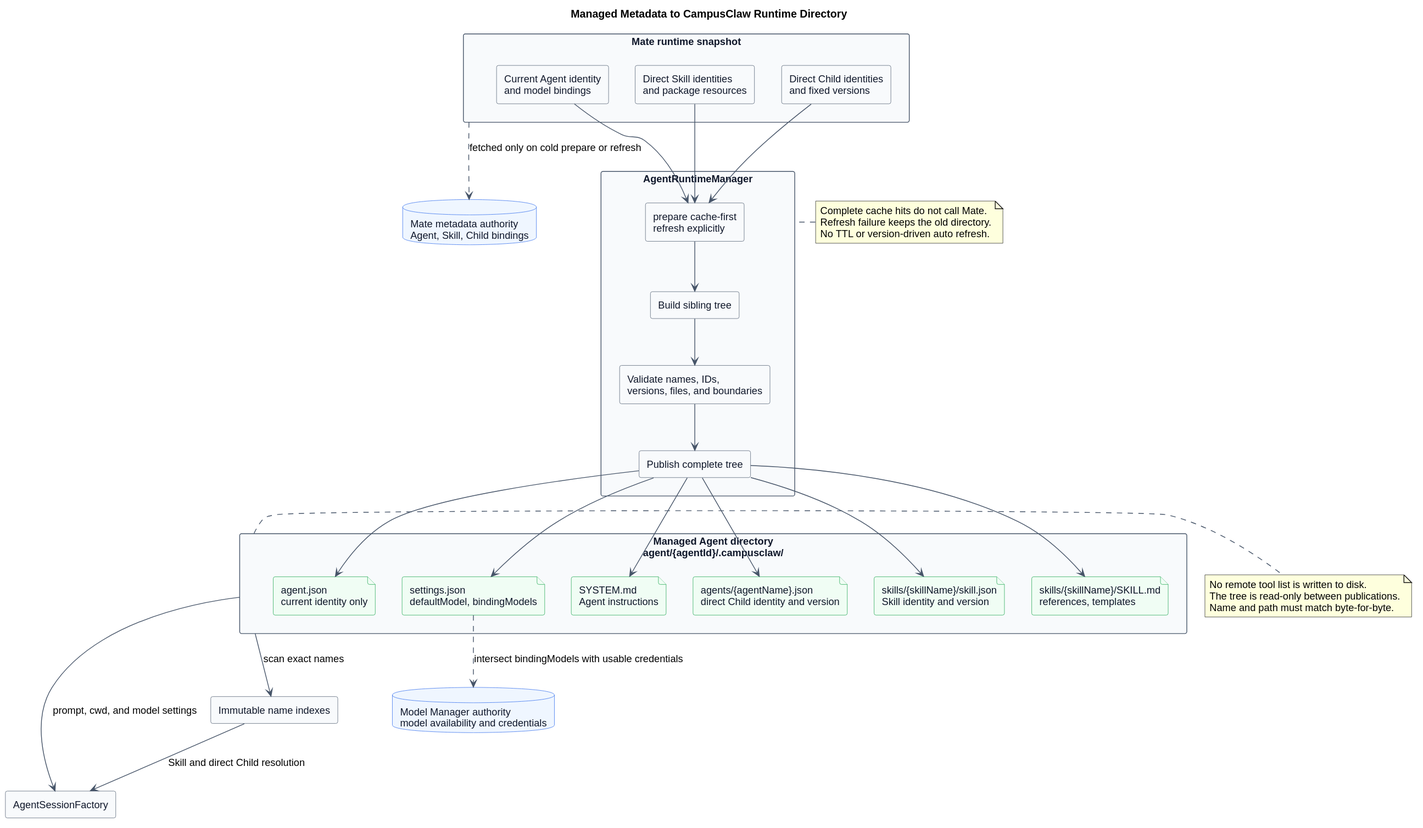
Above: pi-mono-java-manager-driven-multi-agent-runtime/diagrams/metadata/metadata_runtime_directory_mapping.svg in ssm0808/pi-mono-java-design (PlantUML), before the change.
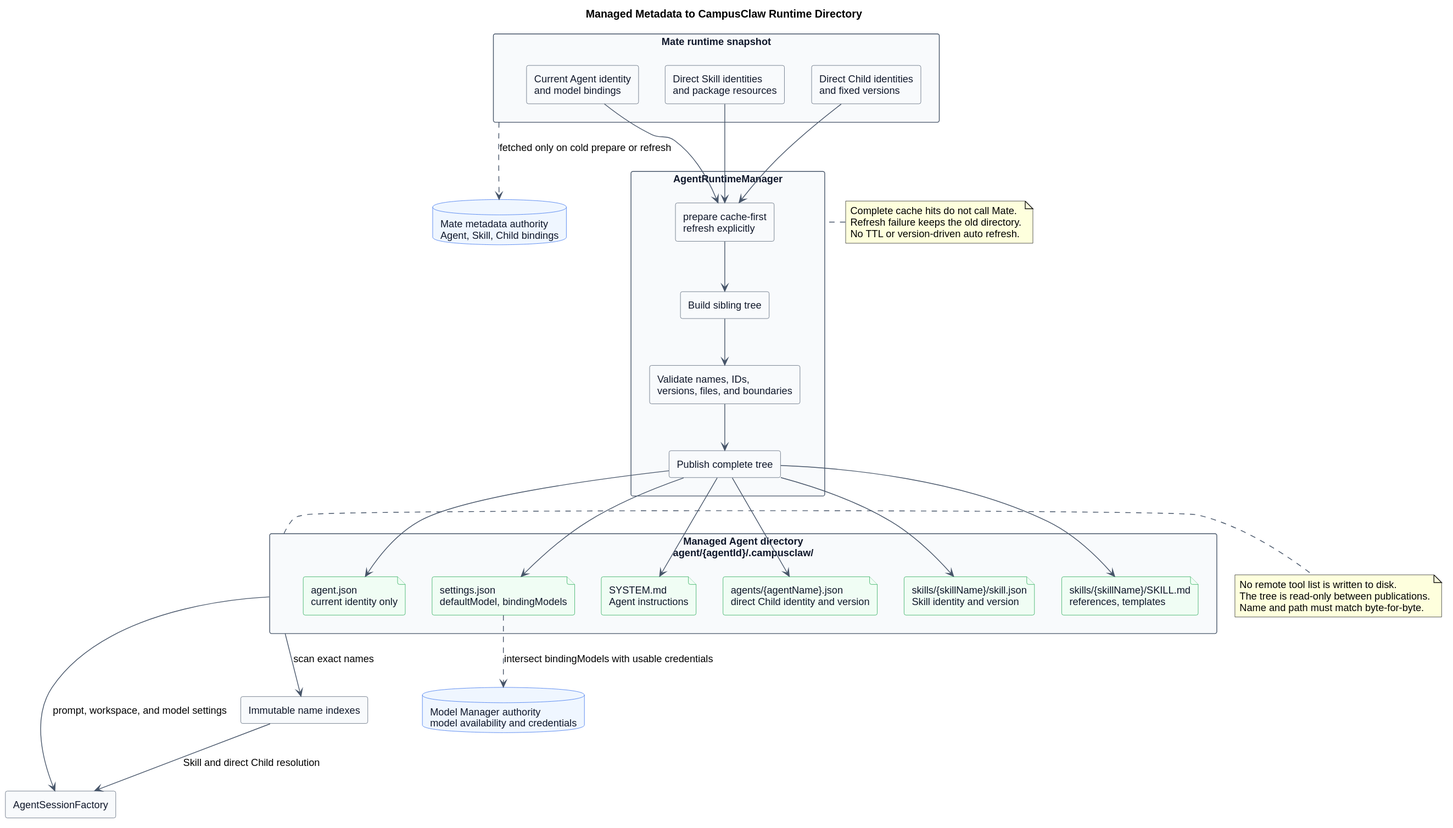
After the change.

Change to the diagram source:
```diff
@@ -67,7 +67,7 @@
 SettingsFile ..> ModelManager : intersect bindingModels with usable credentials
 AgentDirectory --> Indexes : scan exact names
 Indexes --> SessionFactory : Skill and direct Child resolution
-AgentDirectory --> SessionFactory : prompt, cwd, and model settings
+AgentDirectory --> SessionFactory : prompt, workspace, and model settings
 
 note right of AgentDirectory
 No remote tool list is written to disk.
```
